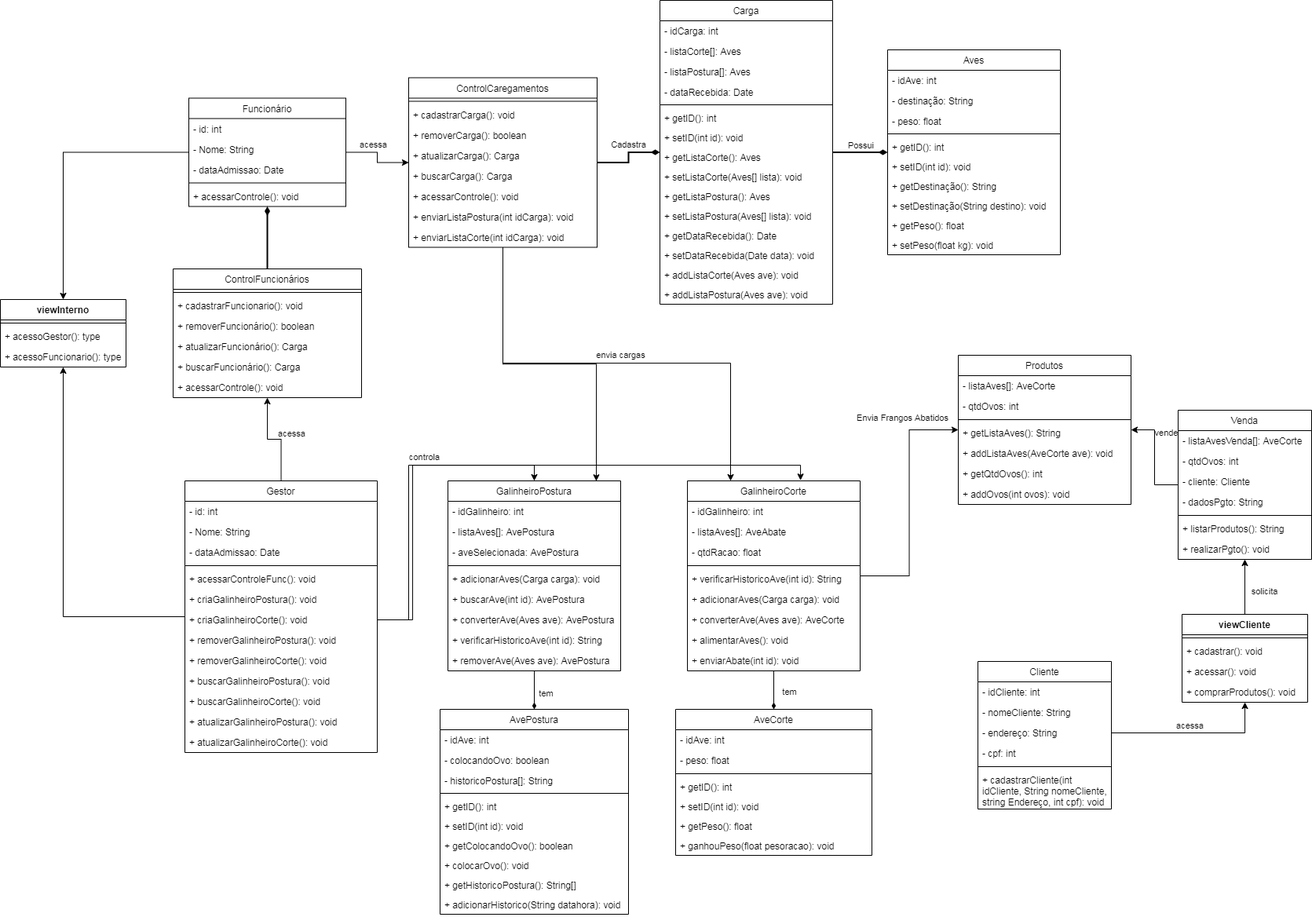
Above: diagramas/Diagrama de Classe.png in JamersonSiqueira/biogranja (draw.io), before the change. Source tidied: cells renumbered, new cells last; positions are measured from the earlier drawing's top-left corner, leaving out a move shared by most shapes.
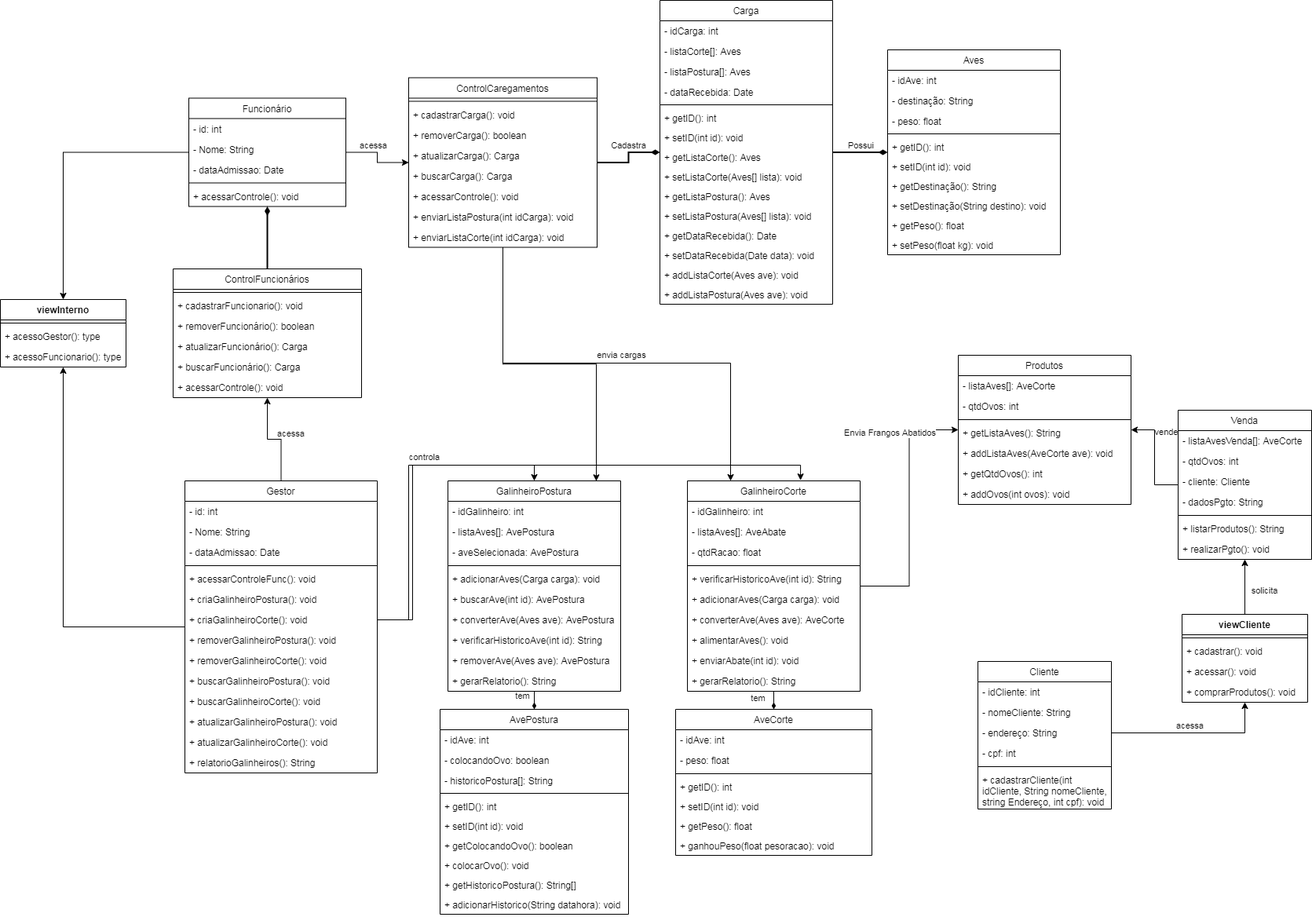
After the change.

The edit, as a diff of the source:
```diff
@@ -163,7 +163,7 @@
       <mxGeometry relative="1" as="geometry" />
     </mxCell>
     <mxCell id="52" value="Gestor" style="swimlane;fontStyle=0;horizontal=1;startSize=26;fillColor=none;strokeColor=#000000;" parent="1" vertex="1">
-      <mxGeometry x="235" y="612" width="245" height="346" as="geometry" />
+      <mxGeometry x="235" y="612" width="245" height="372" as="geometry" />
     </mxCell>
     <mxCell id="53" value="- id: int" style="text;strokeColor=none;fillColor=none;align=left;verticalAlign=top;spacingLeft=4;spacingRight=4;overflow=hidden;" parent="52" vertex="1">
       <mxGeometry y="26" width="245" height="26" as="geometry" />
@@ -204,6 +204,9 @@
     <mxCell id="65" value="+ atualizarGalinheiroCorte(): void" style="text;strokeColor=none;fillColor=none;align=left;verticalAlign=top;spacingLeft=4;spacingRight=4;overflow=hidden;" parent="52" vertex="1">
       <mxGeometry y="320" width="245" height="26" as="geometry" />
     </mxCell>
+    <mxCell id="153" value="+ relatorioGalinheiros(): String" style="text;strokeColor=none;fillColor=none;align=left;verticalAlign=top;spacingLeft=4;spacingRight=4;overflow=hidden;" parent="52" vertex="1">
+      <mxGeometry y="346" width="245" height="26" as="geometry" />
+    </mxCell>
     <mxCell id="66" style="edgeStyle=orthogonalEdgeStyle;rounded=0;jettySize=auto;html=1;endArrow=diamondThin;endFill=1;strokeWidth=2;" parent="1" edge="1" source="67" target="4">
       <mxGeometry relative="1" as="geometry" />
     </mxCell>
@@ -232,7 +235,7 @@
       <mxGeometry x="0.19" y="15" relative="1" as="geometry" />
     </mxCell>
     <mxCell id="75" value="GalinheiroPostura" style="swimlane;fontStyle=0;horizontal=1;startSize=26;fillColor=none;strokeColor=#000000;" parent="1" vertex="1">
-      <mxGeometry x="570" y="612" width="220" height="242" as="geometry" />
+      <mxGeometry x="570" y="612" width="220" height="268" as="geometry" />
     </mxCell>
     <mxCell id="76" value="- idGalinheiro: int" style="text;strokeColor=none;fillColor=none;align=left;verticalAlign=top;spacingLeft=4;spacingRight=4;overflow=hidden;" parent="75" vertex="1">
       <mxGeometry y="26" width="220" height="26" as="geometry" />
@@ -261,6 +264,9 @@
     <mxCell id="84" value="+ removerAve(Aves ave): AvePostura" style="text;strokeColor=none;fillColor=none;align=left;verticalAlign=top;spacingLeft=4;spacingRight=4;overflow=hidden;" parent="75" vertex="1">
       <mxGeometry y="216" width="220" height="26" as="geometry" />
     </mxCell>
+    <mxCell id="154" value="+ gerarRelatorio(): String" style="text;strokeColor=none;fillColor=none;align=left;verticalAlign=top;spacingLeft=4;spacingRight=4;overflow=hidden;" parent="75" vertex="1">
+      <mxGeometry y="242" width="220" height="26" as="geometry" />
+    </mxCell>
     <mxCell id="85" value="Produtos" style="swimlane;fontStyle=0;horizontal=1;startSize=26;fillColor=none;" parent="1" vertex="1">
       <mxGeometry x="1220" y="452" width="220" height="190" as="geometry" />
     </mxCell>
@@ -378,7 +384,7 @@
       </mxGeometry>
     </mxCell>
     <mxCell id="123" value="GalinheiroCorte" style="swimlane;fontStyle=0;horizontal=1;startSize=26;fillColor=none;strokeColor=#000000;" parent="1" vertex="1">
-      <mxGeometry x="875" y="612" width="220" height="242" as="geometry" />
+      <mxGeometry x="875" y="612" width="220" height="268" as="geometry" />
     </mxCell>
     <mxCell id="124" value="- idGalinheiro: int" style="text;strokeColor=none;fillColor=none;align=left;verticalAlign=top;spacingLeft=4;spacingRight=4;overflow=hidden;" parent="123" vertex="1">
       <mxGeometry y="26" width="220" height="26" as="geometry" />
@@ -407,6 +413,9 @@
     <mxCell id="132" value="+ enviarAbate(int id): void" style="text;strokeColor=none;fillColor=none;align=left;verticalAlign=top;spacingLeft=4;spacingRight=4;overflow=hidden;" parent="123" vertex="1">
       <mxGeometry y="216" width="220" height="26" as="geometry" />
     </mxCell>
+    <mxCell id="155" value="+ gerarRelatorio(): String" style="text;strokeColor=none;fillColor=none;align=left;verticalAlign=top;spacingLeft=4;spacingRight=4;overflow=hidden;" parent="123" vertex="1">
+      <mxGeometry y="242" width="220" height="26" as="geometry" />
+    </mxCell>
     <mxCell id="133" style="edgeStyle=orthogonalEdgeStyle;rounded=0;jettySize=auto;html=1;entryX=0.5;entryY=0;entryDx=0;entryDy=0;endArrow=classic;endFill=1;strokeWidth=1;" parent="1" edge="1" source="59" target="75">
       <mxGeometry relative="1" as="geometry" />
     </mxCell>
```
